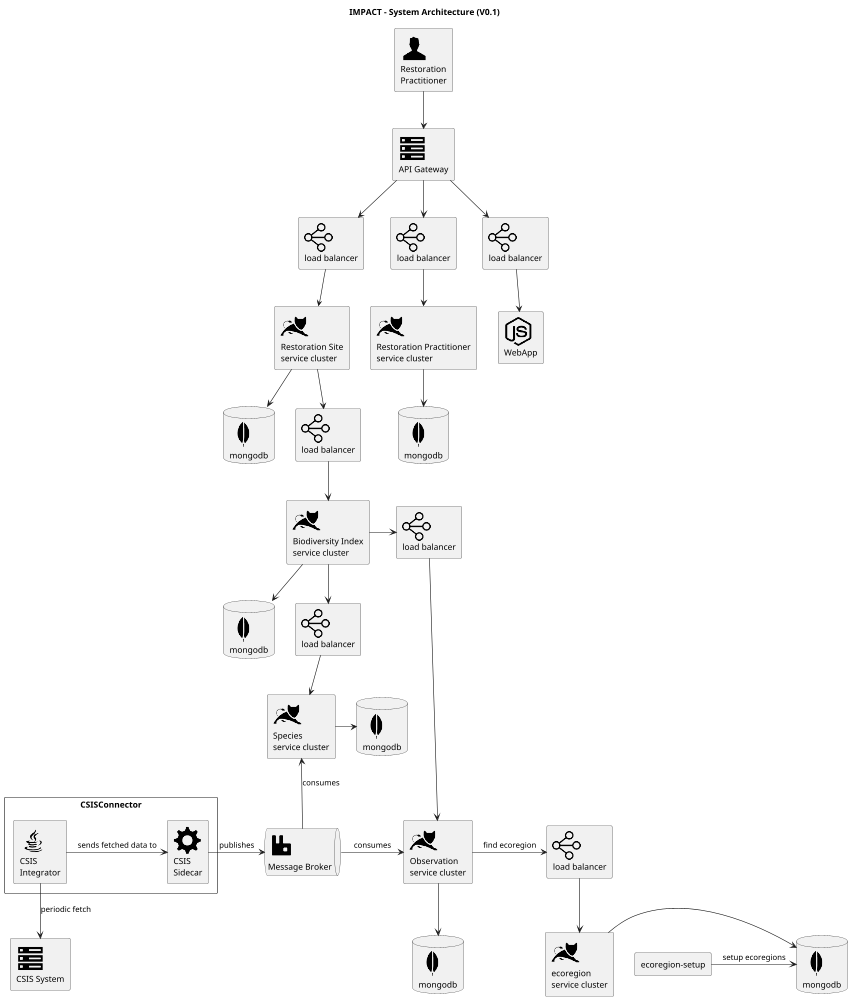
maulikdave-fh/impact keeps this PlantUML diagram as System_Architecture-IMPACT___System_Architecture__V0_1_.png. Above is the earlier version.
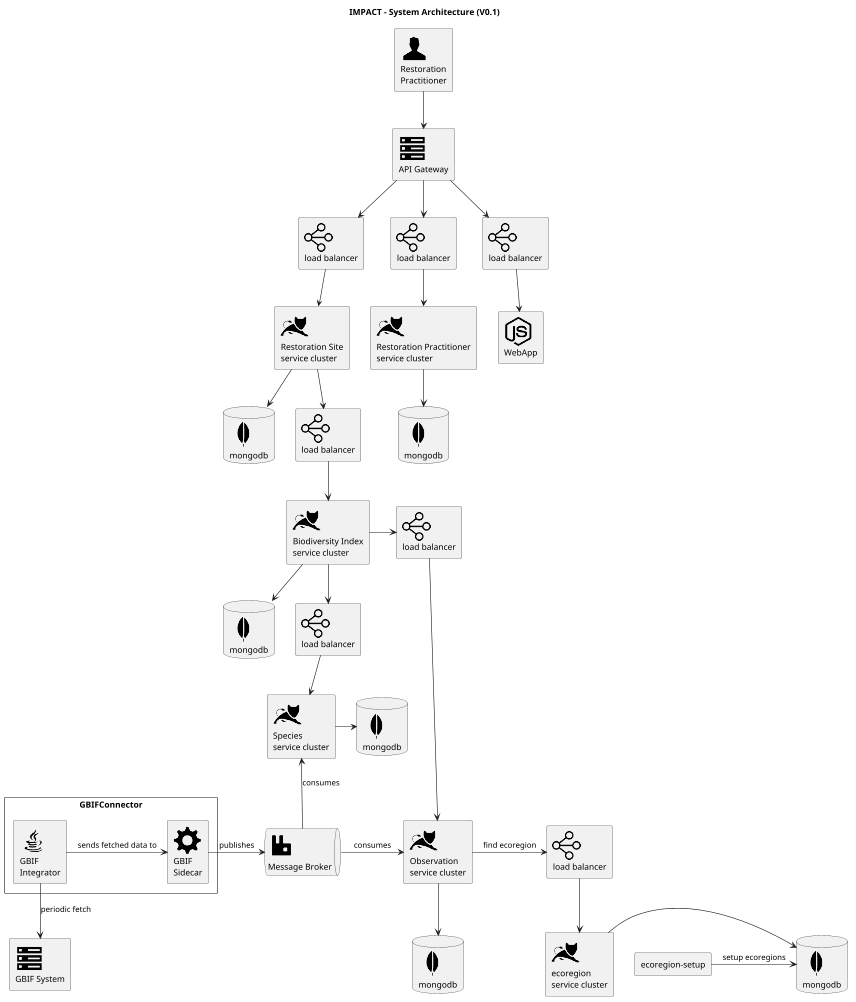
The same diagram one commit later.

Commit message:
change CSIS to GBIF

The edit, as a diff of the source:
```diff
@@ -37,12 +37,12 @@
 
 rectangle "ecoregion-setup"
 
-rectangle "<$server>\nCSIS System" as GBIF
+rectangle "<$server>\nGBIF System" as GBIF
 rectangle "<$server>\nAPI Gateway" as APIGateway
 
-rectangle CSISConnector {
-rectangle "<$java>\nCSIS\nIntegrator" as GBIFIntegrator
-rectangle "<$cog>\nCSIS\nSidecar" as GBIFSidecar
+rectangle GBIFConnector {
+rectangle "<$java>\nGBIF\nIntegrator" as GBIFIntegrator
+rectangle "<$cog>\nGBIF\nSidecar" as GBIFSidecar
 }
 
 rectangle "<$tomcat>\nObservation\nservice cluster" as Observation
```
